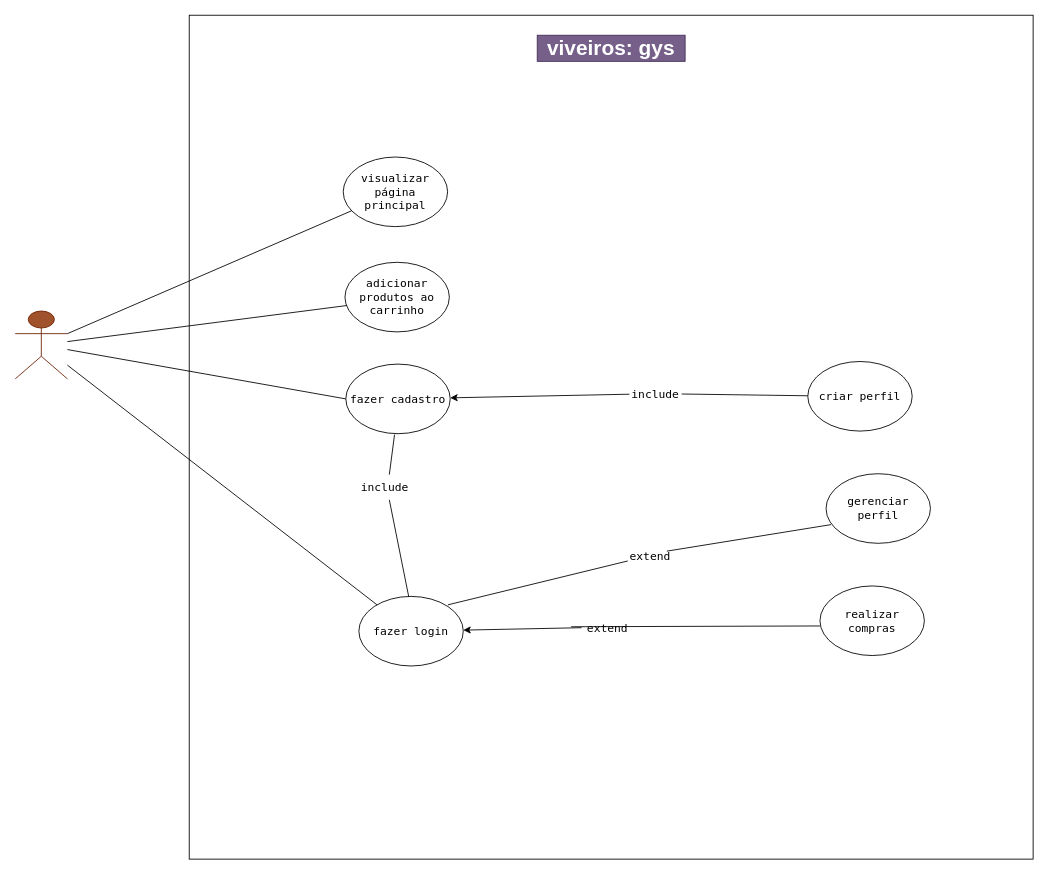
Earlier version of the draw.io diagram docs/use_cases.drawio (gqbrriela/viveiro-gys). Source tidied: cells renumbered, new cells numbered last; positions are measured from the earlier drawing's top-left corner, leaving out a move shared by most shapes. Both pictures are drawn from the tidied source at 87%, with x=0, y=0 at pixel (15, 15).
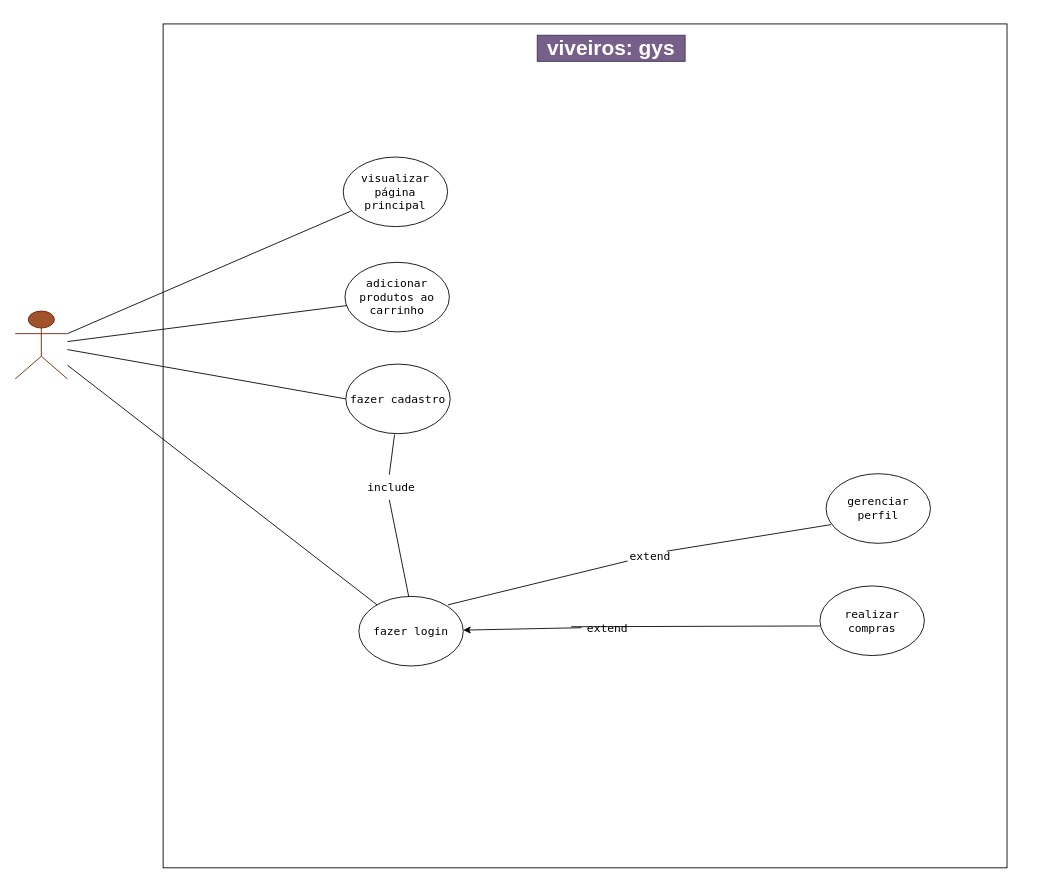
Above is the later version.

Unchanged cells that the change refers to:
```xml
<mxCell id="5" value="fazer cadastro" style="ellipse;whiteSpace=wrap;html=1;fontFamily=Lucida Console;fontSize=13;" parent="1" vertex="1">
  <mxGeometry x="380" y="401" width="120" height="80" as="geometry" />
</mxCell>
```

Change to the diagram source:
```diff
@@
     <mxCell id="3" style="whiteSpace=wrap;html=1;textOpacity=70;" parent="1" vertex="1">
-      <mxGeometry x="200" width="970" height="970" as="geometry" />
+      <mxGeometry x="170" y="10" width="970" height="970" as="geometry" />
     </mxCell>
@@
-    <mxCell id="9" style="edgeStyle=none;html=1;fontFamily=Lucida Console;fontSize=13;startArrow=none;" parent="1" edge="1" source="11" target="5">
-      <mxGeometry relative="1" as="geometry" />
-    </mxCell>
-    <mxCell id="10" value="criar perfil" style="ellipse;whiteSpace=wrap;html=1;fontFamily=Lucida Console;fontSize=13;" parent="1" vertex="1">
-      <mxGeometry x="911" y="398" width="120" height="80" as="geometry" />
-    </mxCell>
-    <mxCell id="11" value="include" style="text;html=1;strokeColor=none;fillColor=none;align=center;verticalAlign=middle;whiteSpace=wrap;rounded=0;fontFamily=Lucida Console;fontSize=13;" parent="1" vertex="1">
-      <mxGeometry x="706" y="420" width="60" height="30" as="geometry" />
-    </mxCell>
-    <mxCell id="12" style="edgeStyle=none;html=1;fontFamily=Lucida Console;fontSize=13;endArrow=none;" parent="1" edge="1" source="10" target="11">
-      <mxGeometry relative="1" as="geometry" />
-    </mxCell>
@@
     <mxCell id="26" value="include" style="text;html=1;strokeColor=none;fillColor=none;align=center;verticalAlign=middle;whiteSpace=wrap;rounded=0;fontFamily=Lucida Console;fontSize=13;" parent="1" vertex="1">
-      <mxGeometry x="395" y="527" width="60" height="30" as="geometry" />
+      <mxGeometry x="395" y="527" width="75" height="30" as="geometry" />
     </mxCell>
```
